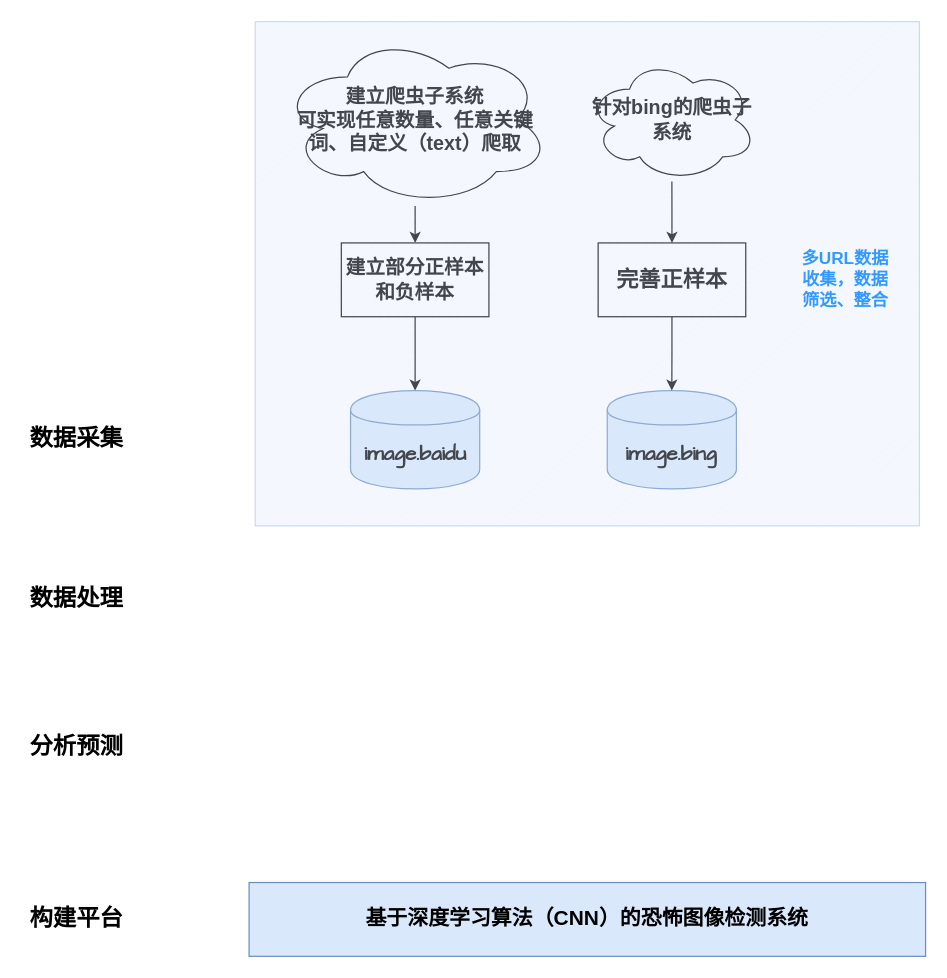
Before: Untitled Diagram.drawio in long-0361/markdown-portfolio, a draw.io diagram. Source tidied: cells renumbered, new cells numbered last; positions are measured from the earlier drawing's top-left corner, leaving out a move shared by most shapes. Both pictures are drawn from the tidied source at 123%, with x=0, y=0 at pixel (21, 21).
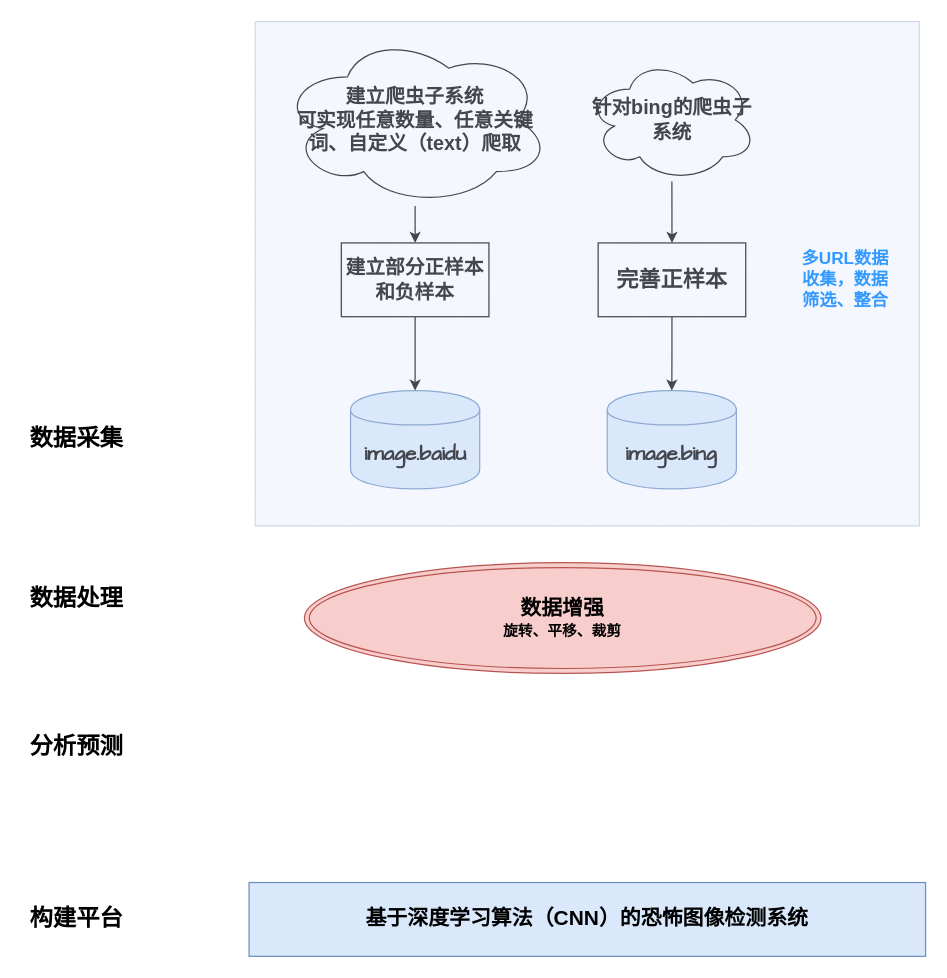
Above is the later version.

What changed in the source:
```diff
@@
 <mxGraphModel>
   <root>
     <mxCell id="0" />
     <mxCell id="1" parent="0" />
     <mxCell id="2" value="&lt;font style=&quot;font-size: 19px&quot;&gt;&lt;b&gt;数据采集&lt;/b&gt;&lt;/font&gt;" style="text;html=1;strokeColor=none;fillColor=none;align=center;verticalAlign=middle;whiteSpace=wrap;rounded=0;" parent="1" vertex="1">
       <mxGeometry y="330" width="90" height="20" as="geometry" />
     </mxCell>
     <mxCell id="3" value="&lt;b&gt;&lt;font face=&quot;Comic Sans MS&quot; style=&quot;font-size: 17px&quot;&gt;image.baidu&lt;/font&gt;&lt;/b&gt;" style="shape=cylinder;whiteSpace=wrap;html=1;boundedLbl=1;backgroundOutline=1;fillColor=#dae8fc;strokeColor=#6c8ebf;" parent="1" vertex="1">
       <mxGeometry x="267.5" y="300" width="105" height="80" as="geometry" />
     </mxCell>
     <mxCell id="4" value="&lt;b&gt;&lt;font face=&quot;Comic Sans MS&quot; style=&quot;font-size: 17px&quot;&gt;image.bing&lt;/font&gt;&lt;/b&gt;" style="shape=cylinder;whiteSpace=wrap;html=1;boundedLbl=1;backgroundOutline=1;fillColor=#dae8fc;strokeColor=#6c8ebf;" parent="1" vertex="1">
       <mxGeometry x="476.2" y="300" width="105" height="80" as="geometry" />
     </mxCell>
     <mxCell id="5" value="&lt;font style=&quot;font-size: 19px&quot;&gt;&lt;b&gt;数据处理&lt;/b&gt;&lt;/font&gt;" style="text;html=1;strokeColor=none;fillColor=none;align=center;verticalAlign=middle;whiteSpace=wrap;rounded=0;" parent="1" vertex="1">
       <mxGeometry y="460" width="90" height="20" as="geometry" />
     </mxCell>
     <mxCell id="6" style="edgeStyle=orthogonalEdgeStyle;rounded=0;jettySize=auto;html=1;" parent="1" edge="1" source="7" target="9">
       <mxGeometry relative="1" as="geometry" />
     </mxCell>
     <mxCell id="7" value="&lt;font style=&quot;font-size: 16px&quot;&gt;&lt;b&gt;建立爬虫子系统&lt;br&gt;可实现任意数量、任意关键词、自定义（text）爬取&lt;/b&gt;&lt;/font&gt;" style="ellipse;shape=cloud;whiteSpace=wrap;html=1;" parent="1" vertex="1">
       <mxGeometry x="210" y="10" width="220" height="140" as="geometry" />
     </mxCell>
     <mxCell id="8" style="edgeStyle=orthogonalEdgeStyle;rounded=0;jettySize=auto;html=1;" parent="1" edge="1" source="9" target="3">
       <mxGeometry relative="1" as="geometry" />
     </mxCell>
     <mxCell id="9" value="&lt;b&gt;&lt;font style=&quot;font-size: 16px&quot;&gt;建立部分正样本和负样本&lt;/font&gt;&lt;/b&gt;" style="rounded=0;whiteSpace=wrap;html=1;" parent="1" vertex="1">
       <mxGeometry x="260" y="180" width="120" height="60" as="geometry" />
     </mxCell>
     <mxCell id="10" style="edgeStyle=orthogonalEdgeStyle;rounded=0;jettySize=auto;html=1;" parent="1" edge="1" source="11" target="13">
       <mxGeometry relative="1" as="geometry" />
     </mxCell>
     <mxCell id="11" value="&lt;b&gt;&lt;font style=&quot;font-size: 16px&quot;&gt;针对bing的爬虫子系统&lt;/font&gt;&lt;/b&gt;" style="ellipse;shape=cloud;whiteSpace=wrap;html=1;" parent="1" vertex="1">
       <mxGeometry x="460" y="30" width="137.5" height="100" as="geometry" />
     </mxCell>
     <mxCell id="12" style="edgeStyle=orthogonalEdgeStyle;rounded=0;jettySize=auto;html=1;" parent="1" edge="1" source="13" target="4">
       <mxGeometry relative="1" as="geometry" />
     </mxCell>
     <mxCell id="13" value="&lt;b&gt;&lt;font style=&quot;font-size: 18px&quot;&gt;完善正样本&lt;/font&gt;&lt;/b&gt;" style="whiteSpace=wrap;html=1;" parent="1" vertex="1">
       <mxGeometry x="468.8" y="180" width="120" height="60" as="geometry" />
     </mxCell>
     <mxCell id="14" style="verticalLabelPosition=bottom;verticalAlign=top;html=1;shape=mxgraph.basic.patternFillRect;fillStyle=diag;step=5;fillStrokeWidth=0.2;fillStrokeColor=#dddddd;opacity=30;fillColor=#dae8fc;strokeColor=#6c8ebf;" parent="1" vertex="1">
       <mxGeometry x="190" width="540" height="410" as="geometry" />
     </mxCell>
     <mxCell id="15" value="&lt;b&gt;&lt;font style=&quot;font-size: 14px&quot; color=&quot;#3399ff&quot;&gt;多URL数据收集，数据筛选、整合&lt;/font&gt;&lt;/b&gt;" style="text;html=1;strokeColor=none;fillColor=none;align=center;verticalAlign=middle;whiteSpace=wrap;rounded=0;opacity=30;" parent="1" vertex="1">
       <mxGeometry x="630" y="165" width="80" height="90" as="geometry" />
     </mxCell>
     <mxCell id="16" value="&lt;font style=&quot;font-size: 19px&quot;&gt;&lt;b&gt;分析预测&lt;/b&gt;&lt;/font&gt;" style="text;html=1;strokeColor=none;fillColor=none;align=center;verticalAlign=middle;whiteSpace=wrap;rounded=0;" parent="1" vertex="1">
       <mxGeometry y="580" width="90" height="20" as="geometry" />
     </mxCell>
     <mxCell id="17" value="&lt;font style=&quot;font-size: 19px&quot;&gt;&lt;b&gt;构建平台&lt;/b&gt;&lt;/font&gt;" style="text;html=1;strokeColor=none;fillColor=none;align=center;verticalAlign=middle;whiteSpace=wrap;rounded=0;" parent="1" vertex="1">
       <mxGeometry y="720" width="90" height="20" as="geometry" />
     </mxCell>
     <mxCell id="18" value="&lt;b&gt;&lt;font style=&quot;font-size: 17px&quot;&gt;基于深度学习算法（CNN）的恐怖图像检测系统&lt;/font&gt;&lt;/b&gt;" style="rounded=0;whiteSpace=wrap;html=1;strokeColor=#6c8ebf;fillColor=#dae8fc;" parent="1" vertex="1">
       <mxGeometry x="185" y="700" width="550" height="60" as="geometry" />
     </mxCell>
+    <mxCell id="19" value="&lt;b&gt;&lt;font style=&quot;font-size: 17px&quot;&gt;数据增强&lt;/font&gt;&lt;br&gt;旋转、平移、裁剪&lt;/b&gt;" style="ellipse;shape=doubleEllipse;whiteSpace=wrap;html=1;fillColor=#f8cecc;strokeColor=#b85450;" parent="1" vertex="1">
+      <mxGeometry x="230" y="440" width="420" height="90" as="geometry" />
+    </mxCell>
   </root>
 </mxGraphModel>
```
